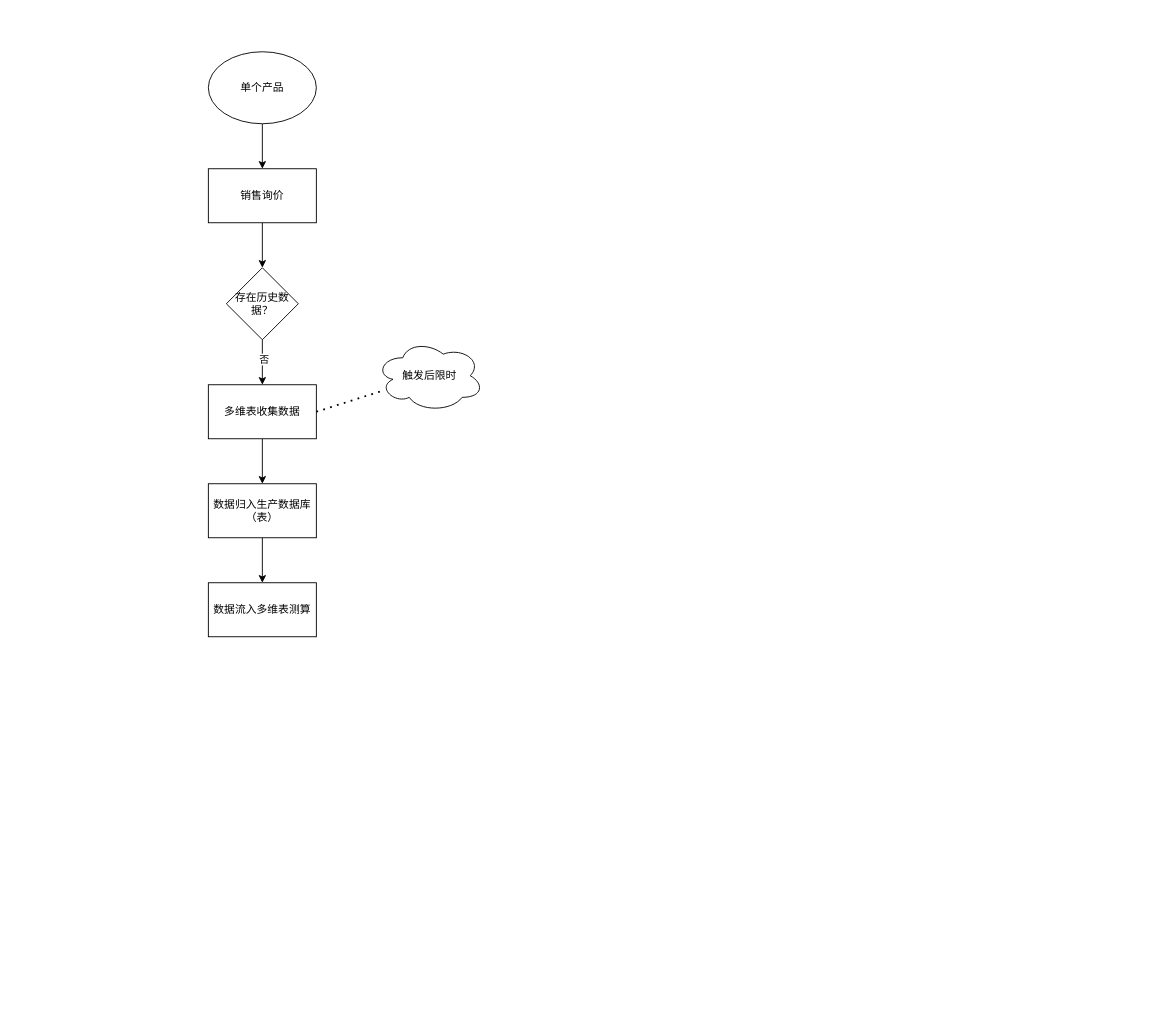
The draw.io diagram page "财务报价模型" (3 of 3) of Vasen.drawio in CongMinYin/flow, before the edit. Source tidied: cells renumbered, new cells numbered last; positions are measured from the earlier drawing's top-left corner, leaving out a move shared by most shapes. Both pictures are drawn from the tidied source at 90%, with x=0, y=0 at pixel (208, 51).
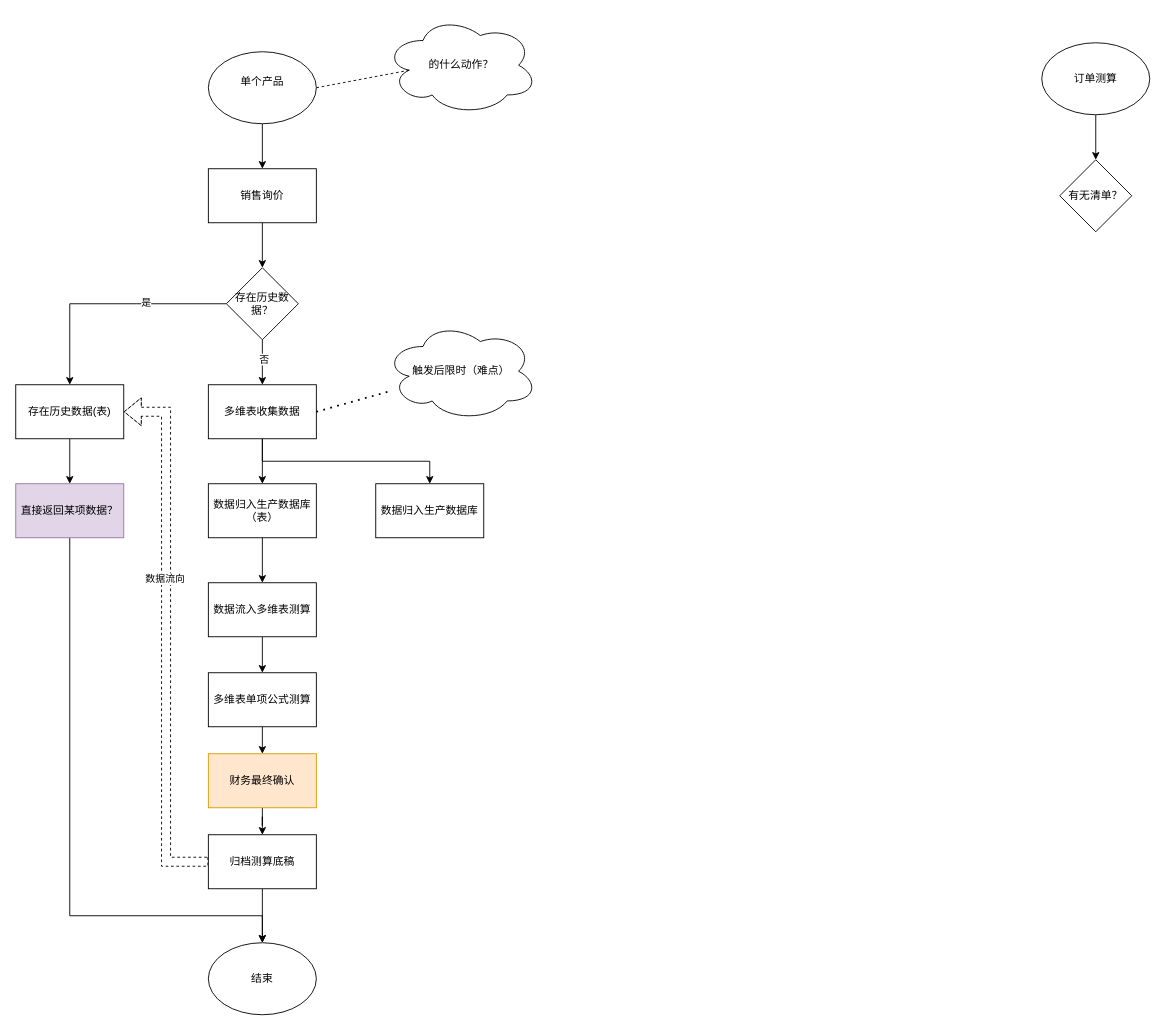
The same diagram, later.

Unchanged cells that the change refers to:
```xml
<mxCell id="8" value="存在历史数据？" style="rhombus;whiteSpace=wrap;html=1;shapeInside=1;" parent="1" vertex="1">
  <mxGeometry x="20" y="240" width="80" height="80" as="geometry" />
</mxCell>
<mxCell id="10" value="多维表收集数据" style="rounded=0;whiteSpace=wrap;html=1;" parent="1" vertex="1">
  <mxGeometry y="370" width="120" height="60" as="geometry" />
</mxCell>
<mxCell id="14" value="数据流入多维表测算" style="rounded=0;whiteSpace=wrap;html=1;" parent="1" vertex="1">
  <mxGeometry y="590" width="120" height="60" as="geometry" />
</mxCell>
```

Change to the diagram source:
```diff
@@
-    <mxCell id="3" value="单个产品" style="ellipse;whiteSpace=wrap;html=1;shapeInside=1;" parent="1" vertex="1">
+    <mxCell id="3" value="单个产品&lt;br&gt;&lt;div&gt;&lt;br/&gt;&lt;/div&gt;" style="ellipse;whiteSpace=wrap;html=1;shapeInside=1;" parent="1" vertex="1">
       <mxGeometry width="120" height="80" as="geometry" />
     </mxCell>
@@
+    <mxCell id="16" style="edgeStyle=orthogonalEdgeStyle;rounded=0;jettySize=auto;html=1;exitX=0;exitY=0.5;exitDx=0;exitDy=0;entryX=0.5;entryY=0;entryDx=0;entryDy=0;" parent="1" edge="1" source="8" target="30">
+      <mxGeometry relative="1" as="geometry" />
+    </mxCell>
+    <mxCell id="17" value="是" style="edgeLabel;html=1;align=center;verticalAlign=middle;" parent="16" vertex="1">
+      <mxGeometry x="-0.32" y="-2" relative="1" as="geometry" />
+    </mxCell>
@@
+    <mxCell id="18" style="edgeStyle=orthogonalEdgeStyle;rounded=0;jettySize=auto;html=1;exitX=0.5;exitY=1;exitDx=0;exitDy=0;entryX=0.5;entryY=0;entryDx=0;entryDy=0;" parent="1" edge="1" source="10" target="28">
+      <mxGeometry relative="1" as="geometry" />
+    </mxCell>
@@
-    <mxCell id="11" value="触发后限时" style="ellipse;shape=cloud;whiteSpace=wrap;html=1;" parent="1" vertex="1">
-      <mxGeometry x="186" y="320" width="120" height="80" as="geometry" />
+    <mxCell id="11" value="触发后限时（难点）" style="ellipse;shape=cloud;whiteSpace=wrap;html=1;" parent="1" vertex="1">
+      <mxGeometry x="196" y="300" width="170" height="110" as="geometry" />
     </mxCell>
@@
+    <mxCell id="19" style="edgeStyle=orthogonalEdgeStyle;rounded=0;jettySize=auto;html=1;exitX=0.5;exitY=1;exitDx=0;exitDy=0;entryX=0.5;entryY=0;entryDx=0;entryDy=0;" parent="1" edge="1" source="14" target="21">
+      <mxGeometry relative="1" as="geometry" />
+    </mxCell>
@@
+    <mxCell id="20" style="edgeStyle=orthogonalEdgeStyle;rounded=0;jettySize=auto;html=1;exitX=0.5;exitY=1;exitDx=0;exitDy=0;entryX=0.5;entryY=0;entryDx=0;entryDy=0;" parent="1" edge="1" source="21" target="23">
+      <mxGeometry relative="1" as="geometry" />
+    </mxCell>
+    <mxCell id="21" value="多维表单项公式测算" style="rounded=0;whiteSpace=wrap;html=1;" parent="1" vertex="1">
+      <mxGeometry y="690" width="120" height="60" as="geometry" />
+    </mxCell>
+    <mxCell id="22" style="edgeStyle=orthogonalEdgeStyle;rounded=0;jettySize=auto;html=1;exitX=0.5;exitY=1;exitDx=0;exitDy=0;" parent="1" edge="1" source="23" target="27">
+      <mxGeometry relative="1" as="geometry" />
+    </mxCell>
+    <mxCell id="23" value="财务最终确认" style="rounded=0;whiteSpace=wrap;html=1;fillColor=#ffe6cc;strokeColor=#d79b00;" parent="1" vertex="1">
+      <mxGeometry y="780" width="120" height="60" as="geometry" />
+    </mxCell>
+    <mxCell id="24" style="edgeStyle=orthogonalEdgeStyle;rounded=0;jettySize=auto;html=1;exitX=0.5;exitY=1;exitDx=0;exitDy=0;entryX=0.5;entryY=0;entryDx=0;entryDy=0;" parent="1" edge="1" source="27" target="33">
+      <mxGeometry relative="1" as="geometry" />
+    </mxCell>
+    <mxCell id="25" style="edgeStyle=orthogonalEdgeStyle;rounded=0;jettySize=auto;html=1;exitX=0;exitY=0.5;exitDx=0;exitDy=0;entryX=1;entryY=0.5;entryDx=0;entryDy=0;shape=flexArrow;strokeWidth=1;dashed=1;" parent="1" edge="1" source="27" target="30">
+      <mxGeometry relative="1" as="geometry" />
+    </mxCell>
+    <mxCell id="26" value="数据流向" style="edgeLabel;html=1;align=center;verticalAlign=middle;" parent="25" vertex="1">
+      <mxGeometry x="0.22" y="2" relative="1" as="geometry" />
+    </mxCell>
+    <mxCell id="27" value="归档测算底稿" style="rounded=0;whiteSpace=wrap;html=1;" parent="1" vertex="1">
+      <mxGeometry y="870" width="120" height="60" as="geometry" />
+    </mxCell>
+    <mxCell id="28" value="数据归入生产数据库" style="rounded=0;whiteSpace=wrap;html=1;" parent="1" vertex="1">
+      <mxGeometry x="186" y="480" width="120" height="60" as="geometry" />
+    </mxCell>
+    <mxCell id="29" style="edgeStyle=orthogonalEdgeStyle;rounded=0;jettySize=auto;html=1;exitX=0.5;exitY=1;exitDx=0;exitDy=0;" parent="1" edge="1" source="30" target="32">
+      <mxGeometry relative="1" as="geometry" />
+    </mxCell>
+    <mxCell id="30" value="存在历史数据(表)" style="rounded=0;whiteSpace=wrap;html=1;" parent="1" vertex="1">
+      <mxGeometry x="-214" y="370" width="120" height="60" as="geometry" />
+    </mxCell>
+    <mxCell id="31" style="edgeStyle=orthogonalEdgeStyle;rounded=0;jettySize=auto;html=1;exitX=0.5;exitY=1;exitDx=0;exitDy=0;" parent="1" edge="1" source="32" target="33">
+      <mxGeometry relative="1" as="geometry">
+        <Array as="points">
+          <mxPoint x="-154" y="960" />
+          <mxPoint x="60" y="960" />
+        </Array>
+      </mxGeometry>
+    </mxCell>
+    <mxCell id="32" value="直接返回某项数据？" style="rounded=0;whiteSpace=wrap;html=1;fillColor=#e1d5e7;strokeColor=#9673a6;" parent="1" vertex="1">
+      <mxGeometry x="-214" y="480" width="120" height="60" as="geometry" />
+    </mxCell>
+    <mxCell id="33" value="结束" style="ellipse;whiteSpace=wrap;html=1;shapeInside=1;" parent="1" vertex="1">
+      <mxGeometry y="990" width="120" height="80" as="geometry" />
+    </mxCell>
+    <mxCell id="34" style="edgeStyle=orthogonalEdgeStyle;rounded=0;jettySize=auto;html=1;exitX=0.5;exitY=1;exitDx=0;exitDy=0;entryX=0.5;entryY=0;entryDx=0;entryDy=0;" parent="1" edge="1" source="35" target="38">
+      <mxGeometry relative="1" as="geometry" />
+    </mxCell>
+    <mxCell id="35" value="订单测算" style="ellipse;whiteSpace=wrap;html=1;shapeInside=1;" parent="1" vertex="1">
+      <mxGeometry x="926" y="-10" width="120" height="80" as="geometry" />
+    </mxCell>
+    <mxCell id="36" value="的什么动作？" style="ellipse;shape=cloud;whiteSpace=wrap;html=1;" parent="1" vertex="1">
+      <mxGeometry x="196" y="-40" width="170" height="110" as="geometry" />
+    </mxCell>
+    <mxCell id="37" style="rounded=0;jettySize=auto;html=1;exitX=1;exitY=0.5;exitDx=0;exitDy=0;entryX=0.16;entryY=0.55;entryDx=0;entryDy=0;entryPerimeter=0;dashed=1;endArrow=none;endFill=0;" parent="1" edge="1" source="3" target="36">
+      <mxGeometry relative="1" as="geometry" />
+    </mxCell>
+    <mxCell id="38" value="有无清单？" style="rhombus;whiteSpace=wrap;html=1;shapeInside=1;" parent="1" vertex="1">
+      <mxGeometry x="946" y="120" width="80" height="80" as="geometry" />
+    </mxCell>
```
